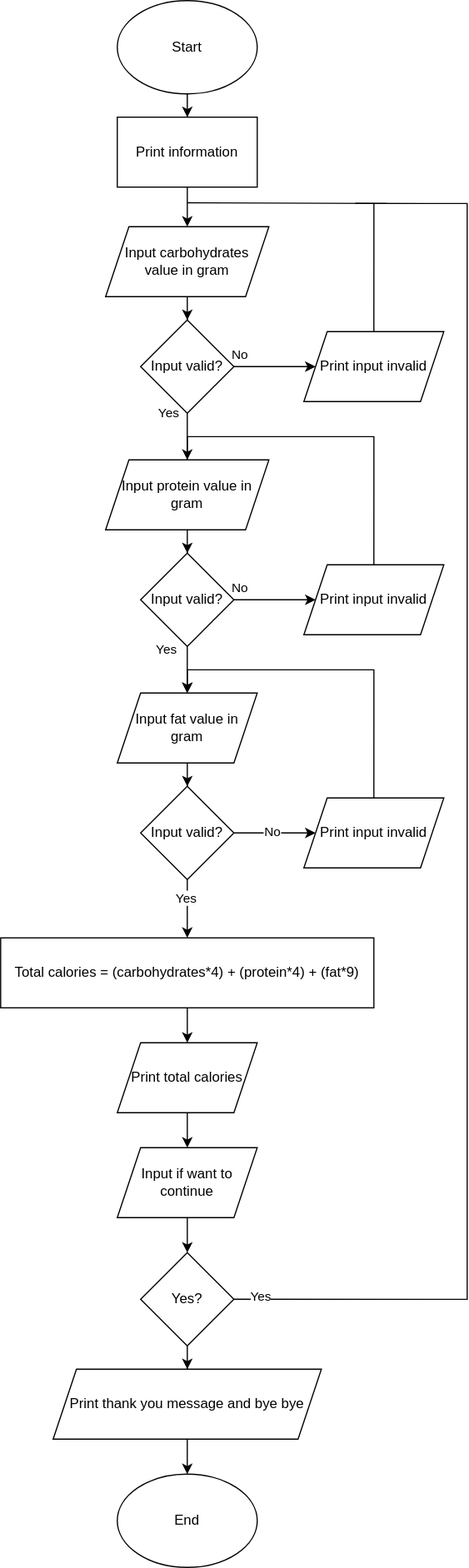
This is flow/NutCalc.svg from yijiechoo16163/Kalkulator-Nutrisi, a draw.io export, as it was before one commit. Source tidied: cells renumbered, new cells last; positions are measured from the earlier drawing's top-left corner, leaving out a move shared by most shapes. The source it was exported from:
```xml
<mxGraphModel>
  <root>
    <mxCell id="0" />
    <mxCell id="1" parent="0" />
    <mxCell id="2" style="edgeStyle=orthogonalEdgeStyle;rounded=0;jettySize=auto;html=1;" parent="1" edge="1" source="3" target="5">
      <mxGeometry relative="1" as="geometry" />
    </mxCell>
    <mxCell id="3" value="Start" style="ellipse;whiteSpace=wrap;html=1;" parent="1" vertex="1">
      <mxGeometry x="100" width="120" height="80" as="geometry" />
    </mxCell>
    <mxCell id="4" style="edgeStyle=orthogonalEdgeStyle;rounded=0;jettySize=auto;html=1;" parent="1" edge="1" source="5" target="7">
      <mxGeometry relative="1" as="geometry" />
    </mxCell>
    <mxCell id="5" value="Print information" style="whiteSpace=wrap;html=1;" parent="1" vertex="1">
      <mxGeometry x="100" y="100" width="120" height="60" as="geometry" />
    </mxCell>
    <mxCell id="6" style="edgeStyle=orthogonalEdgeStyle;rounded=0;jettySize=auto;html=1;" parent="1" edge="1" source="7" target="12">
      <mxGeometry relative="1" as="geometry" />
    </mxCell>
    <mxCell id="7" value="Input carbohydrates value in gram" style="shape=parallelogram;perimeter=parallelogramPerimeter;whiteSpace=wrap;html=1;fixedSize=1;" parent="1" vertex="1">
      <mxGeometry x="90" y="194" width="140" height="60" as="geometry" />
    </mxCell>
    <mxCell id="8" style="edgeStyle=orthogonalEdgeStyle;rounded=0;jettySize=auto;html=1;" parent="1" edge="1" source="12" target="44">
      <mxGeometry relative="1" as="geometry" />
    </mxCell>
    <mxCell id="9" value="No" style="edgeLabel;html=1;align=center;verticalAlign=middle;" parent="8" vertex="1">
      <mxGeometry x="-0.24" relative="1" as="geometry">
        <mxPoint x="-22" y="-10" as="offset" />
      </mxGeometry>
    </mxCell>
    <mxCell id="10" style="edgeStyle=orthogonalEdgeStyle;rounded=0;jettySize=auto;html=1;" parent="1" edge="1" source="12" target="15">
      <mxGeometry relative="1" as="geometry" />
    </mxCell>
    <mxCell id="11" value="Yes" style="edgeLabel;html=1;align=center;verticalAlign=middle;" parent="10" vertex="1">
      <mxGeometry x="-0.19" y="-2" relative="1" as="geometry">
        <mxPoint x="-14" y="-16" as="offset" />
      </mxGeometry>
    </mxCell>
    <mxCell id="12" value="Input valid?" style="rhombus;whiteSpace=wrap;html=1;" parent="1" vertex="1">
      <mxGeometry x="120" y="274" width="80" height="80" as="geometry" />
    </mxCell>
    <mxCell id="13" style="edgeStyle=orthogonalEdgeStyle;rounded=0;jettySize=auto;html=1;exitX=0.5;exitY=0;exitDx=0;exitDy=0;endArrow=none;endFill=0;" parent="1" edge="1" source="44">
      <mxGeometry relative="1" as="geometry">
        <mxPoint x="160" y="173.5" as="targetPoint" />
        <Array as="points">
          <mxPoint x="320" y="174" />
          <mxPoint x="331" y="174" />
        </Array>
      </mxGeometry>
    </mxCell>
    <mxCell id="14" style="edgeStyle=orthogonalEdgeStyle;rounded=0;jettySize=auto;html=1;" parent="1" edge="1" source="15" target="20">
      <mxGeometry relative="1" as="geometry" />
    </mxCell>
    <mxCell id="15" value="Input protein value in gram" style="shape=parallelogram;perimeter=parallelogramPerimeter;whiteSpace=wrap;html=1;fixedSize=1;" parent="1" vertex="1">
      <mxGeometry x="90" y="394" width="140" height="60" as="geometry" />
    </mxCell>
    <mxCell id="16" style="edgeStyle=orthogonalEdgeStyle;rounded=0;jettySize=auto;html=1;" parent="1" edge="1" source="20" target="45">
      <mxGeometry relative="1" as="geometry" />
    </mxCell>
    <mxCell id="17" value="No" style="edgeLabel;html=1;align=center;verticalAlign=middle;" parent="16" vertex="1">
      <mxGeometry x="0.13" y="-1" relative="1" as="geometry">
        <mxPoint x="-35" y="-11" as="offset" />
      </mxGeometry>
    </mxCell>
    <mxCell id="18" style="edgeStyle=orthogonalEdgeStyle;rounded=0;jettySize=auto;html=1;" parent="1" edge="1" source="20" target="23">
      <mxGeometry relative="1" as="geometry" />
    </mxCell>
    <mxCell id="19" value="Yes" style="edgeLabel;html=1;align=center;verticalAlign=middle;" parent="18" vertex="1">
      <mxGeometry x="-0.18" y="-1" relative="1" as="geometry">
        <mxPoint x="-17" y="-14" as="offset" />
      </mxGeometry>
    </mxCell>
    <mxCell id="20" value="Input valid?" style="rhombus;whiteSpace=wrap;html=1;" parent="1" vertex="1">
      <mxGeometry x="120" y="474" width="80" height="80" as="geometry" />
    </mxCell>
    <mxCell id="21" style="edgeStyle=orthogonalEdgeStyle;rounded=0;jettySize=auto;html=1;endArrow=none;endFill=0;exitX=0.5;exitY=0;exitDx=0;exitDy=0;entryX=0.5;entryY=0;entryDx=0;entryDy=0;" parent="1" edge="1" source="45" target="15">
      <mxGeometry relative="1" as="geometry">
        <Array as="points">
          <mxPoint x="320" y="374" />
          <mxPoint x="160" y="374" />
        </Array>
      </mxGeometry>
    </mxCell>
    <mxCell id="22" style="edgeStyle=orthogonalEdgeStyle;rounded=0;jettySize=auto;html=1;" parent="1" edge="1" source="23" target="28">
      <mxGeometry relative="1" as="geometry" />
    </mxCell>
    <mxCell id="23" value="Input fat value in gram" style="shape=parallelogram;perimeter=parallelogramPerimeter;whiteSpace=wrap;html=1;fixedSize=1;" parent="1" vertex="1">
      <mxGeometry x="100" y="594" width="120" height="60" as="geometry" />
    </mxCell>
    <mxCell id="24" style="edgeStyle=orthogonalEdgeStyle;rounded=0;jettySize=auto;html=1;" parent="1" edge="1" source="28" target="30">
      <mxGeometry relative="1" as="geometry" />
    </mxCell>
    <mxCell id="25" value="No" style="edgeLabel;html=1;align=center;verticalAlign=middle;" parent="24" vertex="1">
      <mxGeometry x="-0.07" y="1" relative="1" as="geometry" />
    </mxCell>
    <mxCell id="26" style="edgeStyle=orthogonalEdgeStyle;rounded=0;jettySize=auto;html=1;" parent="1" edge="1" source="28" target="32">
      <mxGeometry relative="1" as="geometry" />
    </mxCell>
    <mxCell id="27" value="Yes" style="edgeLabel;html=1;align=center;verticalAlign=middle;" parent="26" vertex="1">
      <mxGeometry x="-0.36" y="-1" relative="1" as="geometry" />
    </mxCell>
    <mxCell id="28" value="Input valid?" style="rhombus;whiteSpace=wrap;html=1;" parent="1" vertex="1">
      <mxGeometry x="120" y="674" width="80" height="80" as="geometry" />
    </mxCell>
    <mxCell id="29" style="edgeStyle=orthogonalEdgeStyle;rounded=0;jettySize=auto;html=1;exitX=0.5;exitY=0;exitDx=0;exitDy=0;entryX=0.5;entryY=0;entryDx=0;entryDy=0;" parent="1" edge="1" source="30" target="23">
      <mxGeometry relative="1" as="geometry" />
    </mxCell>
    <mxCell id="30" value="Print input invalid" style="shape=parallelogram;perimeter=parallelogramPerimeter;whiteSpace=wrap;html=1;fixedSize=1;" parent="1" vertex="1">
      <mxGeometry x="260" y="684" width="120" height="60" as="geometry" />
    </mxCell>
    <mxCell id="31" style="edgeStyle=orthogonalEdgeStyle;rounded=0;jettySize=auto;html=1;" parent="1" edge="1" source="32" target="34">
      <mxGeometry relative="1" as="geometry" />
    </mxCell>
    <mxCell id="32" value="Total calories = (carbohydrates*4) + (protein*4) + (fat*9)" style="whiteSpace=wrap;html=1;" parent="1" vertex="1">
      <mxGeometry y="804" width="320" height="60" as="geometry" />
    </mxCell>
    <mxCell id="33" style="edgeStyle=orthogonalEdgeStyle;rounded=0;jettySize=auto;html=1;" parent="1" edge="1" source="34" target="36">
      <mxGeometry relative="1" as="geometry" />
    </mxCell>
    <mxCell id="34" value="Print total calories" style="shape=parallelogram;perimeter=parallelogramPerimeter;whiteSpace=wrap;html=1;fixedSize=1;" parent="1" vertex="1">
      <mxGeometry x="100" y="894" width="120" height="60" as="geometry" />
    </mxCell>
    <mxCell id="35" style="edgeStyle=orthogonalEdgeStyle;rounded=0;jettySize=auto;html=1;" parent="1" edge="1" source="36" target="40">
      <mxGeometry relative="1" as="geometry" />
    </mxCell>
    <mxCell id="36" value="Input if want to continue" style="shape=parallelogram;perimeter=parallelogramPerimeter;whiteSpace=wrap;html=1;fixedSize=1;" parent="1" vertex="1">
      <mxGeometry x="100" y="984" width="120" height="60" as="geometry" />
    </mxCell>
    <mxCell id="37" style="edgeStyle=orthogonalEdgeStyle;rounded=0;jettySize=auto;html=1;exitX=1;exitY=0.5;exitDx=0;exitDy=0;endArrow=none;endFill=0;" parent="1" edge="1" source="40">
      <mxGeometry relative="1" as="geometry">
        <mxPoint x="304" y="174" as="targetPoint" />
        <Array as="points">
          <mxPoint x="400" y="1114" />
          <mxPoint x="400" y="174" />
        </Array>
      </mxGeometry>
    </mxCell>
    <mxCell id="38" value="Yes" style="edgeLabel;html=1;align=center;verticalAlign=middle;" parent="37" vertex="1">
      <mxGeometry x="-0.96" y="2" relative="1" as="geometry" />
    </mxCell>
    <mxCell id="39" style="edgeStyle=orthogonalEdgeStyle;rounded=0;jettySize=auto;html=1;" parent="1" edge="1" source="40" target="42">
      <mxGeometry relative="1" as="geometry" />
    </mxCell>
    <mxCell id="40" value="Yes?" style="rhombus;whiteSpace=wrap;html=1;" parent="1" vertex="1">
      <mxGeometry x="120" y="1074" width="80" height="80" as="geometry" />
    </mxCell>
    <mxCell id="41" style="edgeStyle=orthogonalEdgeStyle;rounded=0;jettySize=auto;html=1;exitX=0.5;exitY=1;exitDx=0;exitDy=0;entryX=0.5;entryY=0;entryDx=0;entryDy=0;" parent="1" edge="1" source="42" target="43">
      <mxGeometry relative="1" as="geometry" />
    </mxCell>
    <mxCell id="42" value="Print thank you message and bye bye" style="shape=parallelogram;perimeter=parallelogramPerimeter;whiteSpace=wrap;html=1;fixedSize=1;" parent="1" vertex="1">
      <mxGeometry x="45" y="1174" width="230" height="60" as="geometry" />
    </mxCell>
    <mxCell id="43" value="End" style="ellipse;whiteSpace=wrap;html=1;" parent="1" vertex="1">
      <mxGeometry x="100" y="1264" width="120" height="80" as="geometry" />
    </mxCell>
    <mxCell id="44" value="Print input invalid" style="shape=parallelogram;perimeter=parallelogramPerimeter;whiteSpace=wrap;html=1;fixedSize=1;" parent="1" vertex="1">
      <mxGeometry x="260" y="284" width="120" height="60" as="geometry" />
    </mxCell>
    <mxCell id="45" value="Print input invalid" style="shape=parallelogram;perimeter=parallelogramPerimeter;whiteSpace=wrap;html=1;fixedSize=1;" parent="1" vertex="1">
      <mxGeometry x="260" y="484" width="120" height="60" as="geometry" />
    </mxCell>
  </root>
</mxGraphModel>
```
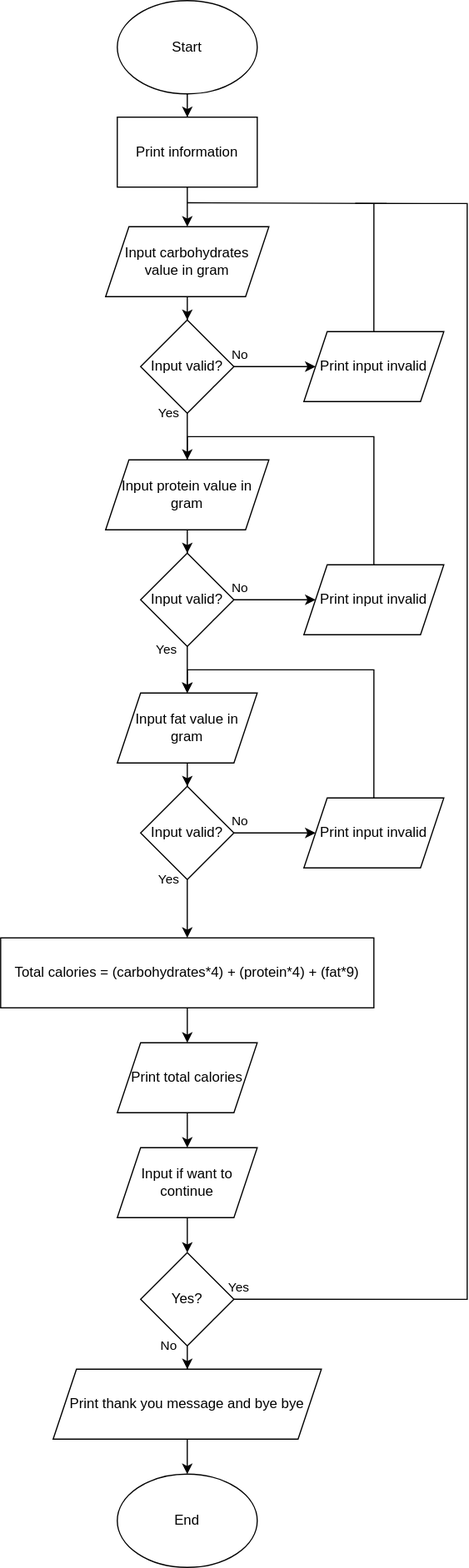
The same file after the commit.

Diff of the diagram source:
```diff
@@ -91,13 +91,17 @@
       <mxGeometry relative="1" as="geometry" />
     </mxCell>
     <mxCell id="25" value="No" style="edgeLabel;html=1;align=center;verticalAlign=middle;" parent="24" vertex="1">
-      <mxGeometry x="-0.07" y="1" relative="1" as="geometry" />
+      <mxGeometry x="-0.07" y="1" relative="1" as="geometry">
+        <mxPoint x="-28" y="-9" as="offset" />
+      </mxGeometry>
     </mxCell>
     <mxCell id="26" style="edgeStyle=orthogonalEdgeStyle;rounded=0;jettySize=auto;html=1;" parent="1" edge="1" source="28" target="32">
       <mxGeometry relative="1" as="geometry" />
     </mxCell>
     <mxCell id="27" value="Yes" style="edgeLabel;html=1;align=center;verticalAlign=middle;" parent="26" vertex="1">
-      <mxGeometry x="-0.36" y="-1" relative="1" as="geometry" />
+      <mxGeometry x="-0.36" y="-1" relative="1" as="geometry">
+        <mxPoint x="-15" y="-16" as="offset" />
+      </mxGeometry>
     </mxCell>
     <mxCell id="28" value="Input valid?" style="rhombus;whiteSpace=wrap;html=1;" parent="1" vertex="1">
       <mxGeometry x="120" y="674" width="80" height="80" as="geometry" />
@@ -136,11 +140,18 @@
       </mxGeometry>
     </mxCell>
     <mxCell id="38" value="Yes" style="edgeLabel;html=1;align=center;verticalAlign=middle;" parent="37" vertex="1">
-      <mxGeometry x="-0.96" y="2" relative="1" as="geometry" />
+      <mxGeometry x="-0.96" y="2" relative="1" as="geometry">
+        <mxPoint x="-19" y="-8" as="offset" />
+      </mxGeometry>
     </mxCell>
     <mxCell id="39" style="edgeStyle=orthogonalEdgeStyle;rounded=0;jettySize=auto;html=1;" parent="1" edge="1" source="40" target="42">
       <mxGeometry relative="1" as="geometry" />
     </mxCell>
+    <mxCell id="46" value="No" style="edgeLabel;html=1;align=center;verticalAlign=middle;" parent="39" vertex="1">
+      <mxGeometry x="0.56" y="-1" relative="1" as="geometry">
+        <mxPoint x="-15" y="-7" as="offset" />
+      </mxGeometry>
+    </mxCell>
     <mxCell id="40" value="Yes?" style="rhombus;whiteSpace=wrap;html=1;" parent="1" vertex="1">
       <mxGeometry x="120" y="1074" width="80" height="80" as="geometry" />
     </mxCell>
```
